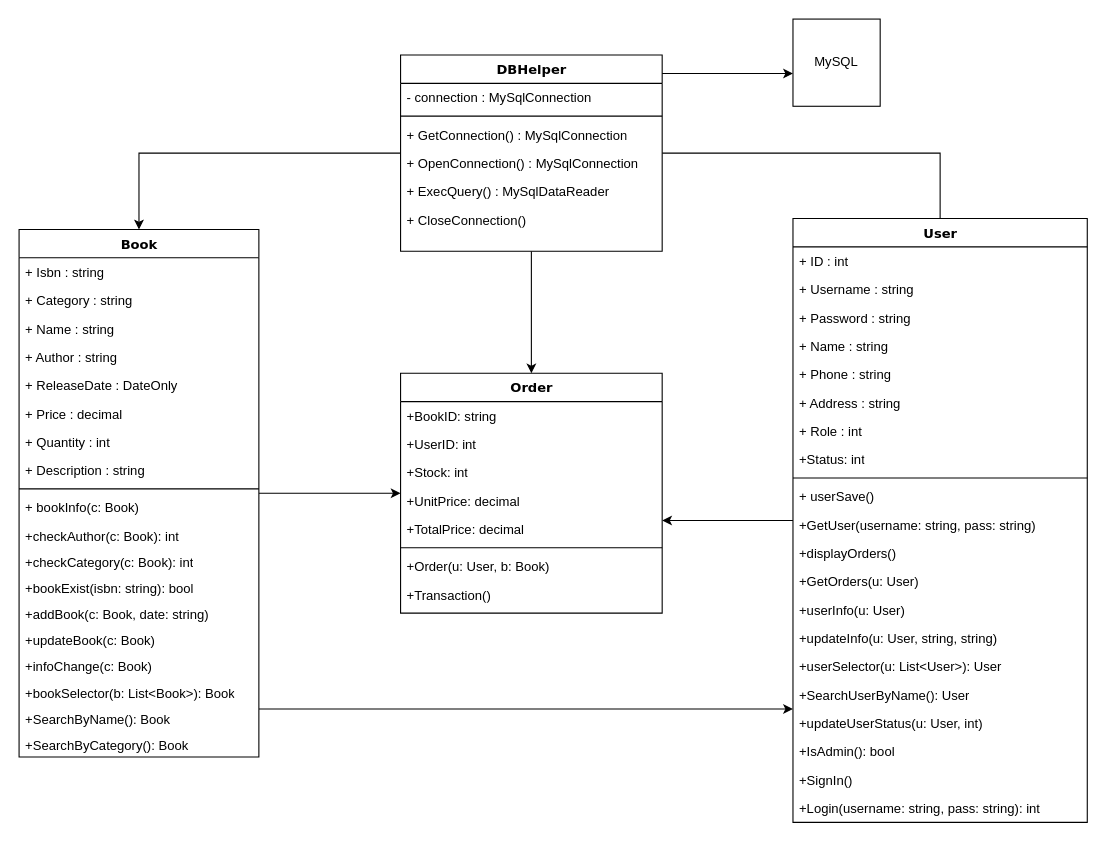
The draw.io diagram Diagrams/ClassDiagram.drawio in starven333/ShopProject, before the edit. Source tidied: cells renumbered, new cells numbered last; positions are measured from the earlier drawing's top-left corner, leaving out a move shared by most shapes. Both pictures are drawn from the tidied source at 109%, with x=0, y=0 at pixel (19, 19).
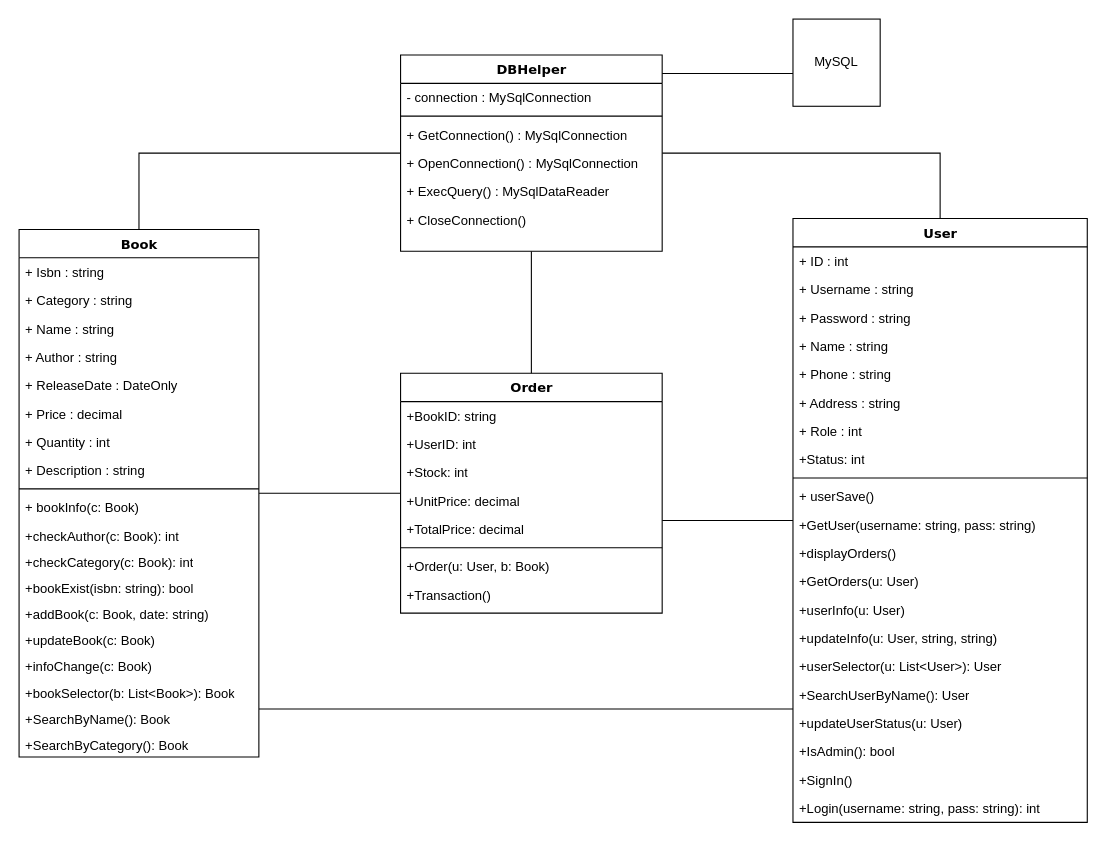
Above is the later version.

Unchanged cells that the change refers to:
```xml
<mxCell id="4" value="Book" style="swimlane;html=1;fontStyle=1;align=center;verticalAlign=top;horizontal=1;startSize=26;swimlaneFillColor=#ffffff;rounded=0;shadow=0;comic=0;labelBackgroundColor=none;strokeWidth=1;fillColor=none;fontFamily=Verdana;fontSize=12;" parent="1" vertex="1">
  <mxGeometry y="193" width="220" height="484" as="geometry" />
</mxCell>
<mxCell id="25" value="User" style="swimlane;html=1;fontStyle=1;align=center;verticalAlign=top;horizontal=1;startSize=26;swimlaneFillColor=#ffffff;rounded=0;shadow=0;comic=0;labelBackgroundColor=none;strokeWidth=1;fillColor=none;fontFamily=Verdana;fontSize=12;" parent="1" vertex="1">
  <mxGeometry x="710" y="183" width="270" height="554" as="geometry" />
</mxCell>
<mxCell id="51" value="DBHelper" style="swimlane;html=1;fontStyle=1;align=center;verticalAlign=top;horizontal=1;startSize=26;swimlaneFillColor=#ffffff;rounded=0;shadow=0;comic=0;labelBackgroundColor=none;strokeWidth=1;fillColor=none;fontFamily=Verdana;fontSize=12;" parent="1" vertex="1">
  <mxGeometry x="350" y="33" width="240" height="180" as="geometry" />
</mxCell>
<mxCell id="58" value="Order" style="swimlane;html=1;fontStyle=1;align=center;verticalAlign=top;horizontal=1;startSize=26;swimlaneFillColor=#ffffff;rounded=0;shadow=0;comic=0;labelBackgroundColor=none;strokeWidth=1;fillColor=none;fontFamily=Verdana;fontSize=12;" parent="1" vertex="1">
  <mxGeometry x="350" y="325" width="240" height="220" as="geometry" />
</mxCell>
<mxCell id="67" value="MySQL" style="whiteSpace=wrap;html=1;" parent="1" vertex="1">
  <mxGeometry x="710" width="80" height="80" as="geometry" />
</mxCell>
```

What changed in the source:
```diff
@@
-    <mxCell id="2" style="edgeStyle=orthogonalEdgeStyle;rounded=0;jettySize=auto;html=1;" parent="1" edge="1" source="4" target="25">
+    <mxCell id="2" style="edgeStyle=orthogonalEdgeStyle;rounded=0;jettySize=auto;html=1;endArrow=none;endFill=0;" parent="1" edge="1" source="4" target="25">
       <mxGeometry relative="1" as="geometry">
         <Array as="points">
           <mxPoint x="620" y="633" />
           <mxPoint x="620" y="633" />
         </Array>
       </mxGeometry>
     </mxCell>
-    <mxCell id="3" style="edgeStyle=orthogonalEdgeStyle;rounded=0;jettySize=auto;html=1;" parent="1" edge="1" source="4" target="58">
+    <mxCell id="3" style="edgeStyle=orthogonalEdgeStyle;rounded=0;jettySize=auto;html=1;endArrow=none;endFill=0;" parent="1" edge="1" source="4" target="58">
       <mxGeometry relative="1" as="geometry" />
     </mxCell>
@@
-    <mxCell id="24" style="edgeStyle=orthogonalEdgeStyle;rounded=0;jettySize=auto;html=1;" parent="1" edge="1" source="25" target="58">
+    <mxCell id="24" style="edgeStyle=orthogonalEdgeStyle;rounded=0;jettySize=auto;html=1;endArrow=none;endFill=0;" parent="1" edge="1" source="25" target="58">
       <mxGeometry relative="1" as="geometry">
         <Array as="points">
           <mxPoint x="730" y="435" />
           <mxPoint x="730" y="435" />
         </Array>
       </mxGeometry>
     </mxCell>
@@
-    <mxCell id="43" value="+updateUserStatus(u: User, int)" style="text;html=1;strokeColor=none;fillColor=none;align=left;verticalAlign=top;spacingLeft=4;spacingRight=4;whiteSpace=wrap;overflow=hidden;" parent="25" vertex="1">
+    <mxCell id="43" value="+updateUserStatus(u: User)" style="text;html=1;strokeColor=none;fillColor=none;align=left;verticalAlign=top;spacingLeft=4;spacingRight=4;whiteSpace=wrap;overflow=hidden;" parent="25" vertex="1">
       <mxGeometry y="450" width="270" height="26" as="geometry" />
     </mxCell>
@@
-    <mxCell id="47" style="edgeStyle=orthogonalEdgeStyle;rounded=0;jettySize=auto;html=1;entryX=0.5;entryY=0;entryDx=0;entryDy=0;" parent="1" edge="1" source="51" target="4">
+    <mxCell id="47" style="edgeStyle=orthogonalEdgeStyle;rounded=0;jettySize=auto;html=1;entryX=0.5;entryY=0;entryDx=0;entryDy=0;endArrow=none;endFill=0;" parent="1" edge="1" source="51" target="4">
       <mxGeometry relative="1" as="geometry" />
     </mxCell>
@@
-    <mxCell id="49" style="edgeStyle=orthogonalEdgeStyle;rounded=0;jettySize=auto;html=1;" parent="1" edge="1" source="51" target="58">
+    <mxCell id="49" style="edgeStyle=orthogonalEdgeStyle;rounded=0;jettySize=auto;html=1;endArrow=none;endFill=0;" parent="1" edge="1" source="51" target="58">
       <mxGeometry relative="1" as="geometry" />
     </mxCell>
-    <mxCell id="50" style="edgeStyle=orthogonalEdgeStyle;rounded=0;jettySize=auto;html=1;" parent="1" edge="1" source="51" target="67">
+    <mxCell id="50" style="edgeStyle=orthogonalEdgeStyle;rounded=0;jettySize=auto;html=1;endArrow=none;endFill=0;" parent="1" edge="1" source="51" target="67">
       <mxGeometry relative="1" as="geometry">
         <Array as="points">
           <mxPoint x="680" y="50" />
           <mxPoint x="680" y="50" />
         </Array>
       </mxGeometry>
     </mxCell>
```
